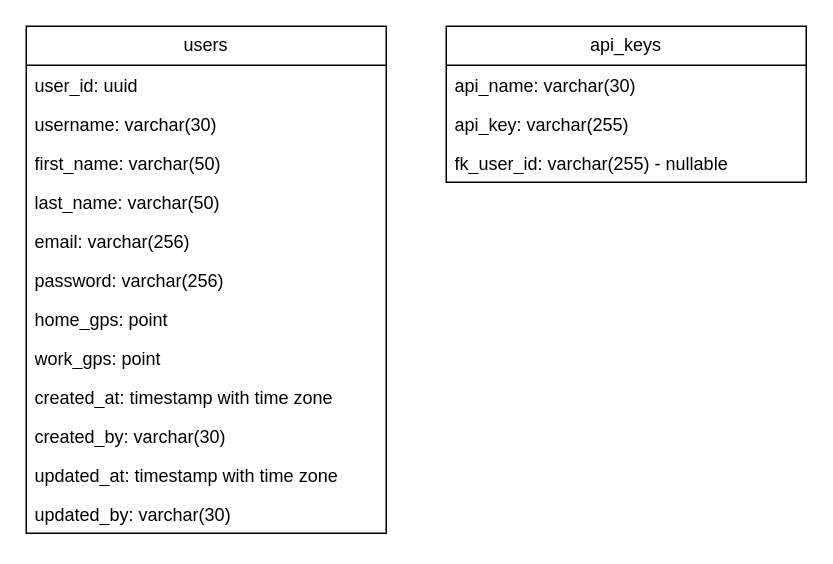
This is db/data-model.drawio from hgorges/Daily-Dash, a draw.io file, before an edit. Source tidied: cells renumbered, new cells numbered last; positions are measured from the earlier drawing's top-left corner, leaving out a move shared by most shapes. Both pictures are drawn from the tidied source at 150%, with x=0, y=0 at pixel (26, 26).
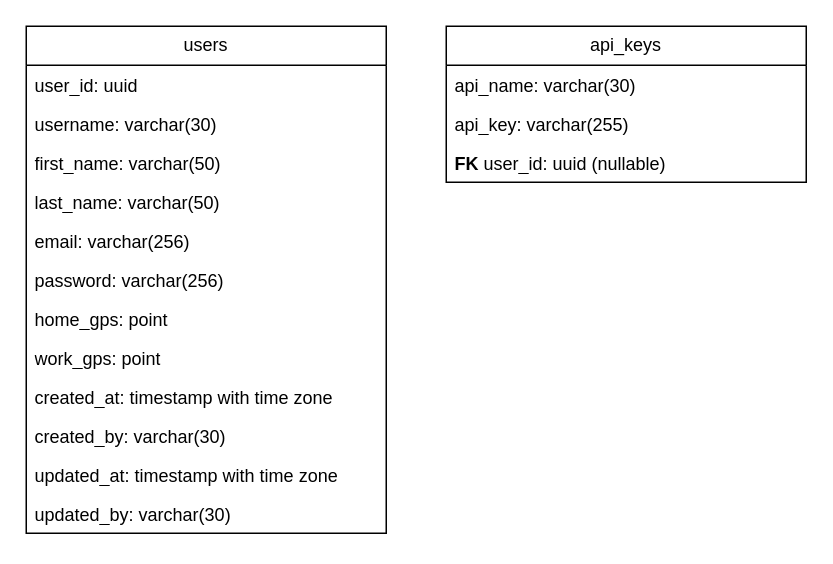
The same page after the edit.

Change to the diagram source:
```diff
@@
 <mxGraphModel>
   <root>
     <mxCell id="0" />
     <mxCell id="1" parent="0" />
     <mxCell id="2" value="users" style="swimlane;fontStyle=0;horizontal=1;startSize=26;fillColor=none;whiteSpace=wrap;html=1;" parent="1" vertex="1">
       <mxGeometry width="240" height="338" as="geometry" />
     </mxCell>
     <mxCell id="3" value="user_id: uuid" style="text;strokeColor=none;fillColor=none;align=left;verticalAlign=top;spacingLeft=4;spacingRight=4;overflow=hidden;whiteSpace=wrap;html=1;" parent="2" vertex="1">
       <mxGeometry y="26" width="240" height="26" as="geometry" />
     </mxCell>
     <mxCell id="4" value="username: varchar(30)" style="text;strokeColor=none;fillColor=none;align=left;verticalAlign=top;spacingLeft=4;spacingRight=4;overflow=hidden;whiteSpace=wrap;html=1;" parent="2" vertex="1">
       <mxGeometry y="52" width="240" height="26" as="geometry" />
     </mxCell>
     <mxCell id="5" value="first_name: varchar(50)" style="text;strokeColor=none;fillColor=none;align=left;verticalAlign=top;spacingLeft=4;spacingRight=4;overflow=hidden;whiteSpace=wrap;html=1;" parent="2" vertex="1">
       <mxGeometry y="78" width="240" height="26" as="geometry" />
     </mxCell>
     <mxCell id="6" value="last_name: varchar(50)" style="text;strokeColor=none;fillColor=none;align=left;verticalAlign=top;spacingLeft=4;spacingRight=4;overflow=hidden;whiteSpace=wrap;html=1;" parent="2" vertex="1">
       <mxGeometry y="104" width="240" height="26" as="geometry" />
     </mxCell>
     <mxCell id="7" value="email: varchar(256)" style="text;strokeColor=none;fillColor=none;align=left;verticalAlign=top;spacingLeft=4;spacingRight=4;overflow=hidden;whiteSpace=wrap;html=1;" parent="2" vertex="1">
       <mxGeometry y="130" width="240" height="26" as="geometry" />
     </mxCell>
     <mxCell id="8" value="password: varchar(256)" style="text;strokeColor=none;fillColor=none;align=left;verticalAlign=top;spacingLeft=4;spacingRight=4;overflow=hidden;whiteSpace=wrap;html=1;" parent="2" vertex="1">
       <mxGeometry y="156" width="240" height="26" as="geometry" />
     </mxCell>
     <mxCell id="9" value="home_gps: point" style="text;strokeColor=none;fillColor=none;align=left;verticalAlign=top;spacingLeft=4;spacingRight=4;overflow=hidden;whiteSpace=wrap;html=1;" parent="2" vertex="1">
       <mxGeometry y="182" width="240" height="26" as="geometry" />
     </mxCell>
     <mxCell id="10" value="work_gps: point" style="text;strokeColor=none;fillColor=none;align=left;verticalAlign=top;spacingLeft=4;spacingRight=4;overflow=hidden;whiteSpace=wrap;html=1;" parent="2" vertex="1">
       <mxGeometry y="208" width="240" height="26" as="geometry" />
     </mxCell>
     <mxCell id="11" value="created_at: timestamp with time zone" style="text;strokeColor=none;fillColor=none;align=left;verticalAlign=top;spacingLeft=4;spacingRight=4;overflow=hidden;whiteSpace=wrap;html=1;" parent="2" vertex="1">
       <mxGeometry y="234" width="240" height="26" as="geometry" />
     </mxCell>
     <mxCell id="12" value="created_by: varchar(30)" style="text;strokeColor=none;fillColor=none;align=left;verticalAlign=top;spacingLeft=4;spacingRight=4;overflow=hidden;whiteSpace=wrap;html=1;" parent="2" vertex="1">
       <mxGeometry y="260" width="240" height="26" as="geometry" />
     </mxCell>
     <mxCell id="13" value="updated_at: timestamp with time zone" style="text;strokeColor=none;fillColor=none;align=left;verticalAlign=top;spacingLeft=4;spacingRight=4;overflow=hidden;whiteSpace=wrap;html=1;" parent="2" vertex="1">
       <mxGeometry y="286" width="240" height="26" as="geometry" />
     </mxCell>
     <mxCell id="14" value="updated_by: varchar(30)" style="text;strokeColor=none;fillColor=none;align=left;verticalAlign=top;spacingLeft=4;spacingRight=4;overflow=hidden;whiteSpace=wrap;html=1;" parent="2" vertex="1">
       <mxGeometry y="312" width="240" height="26" as="geometry" />
     </mxCell>
     <mxCell id="15" value="api_keys" style="swimlane;fontStyle=0;horizontal=1;startSize=26;fillColor=none;whiteSpace=wrap;html=1;" parent="1" vertex="1">
       <mxGeometry x="280" width="240" height="104" as="geometry" />
     </mxCell>
     <mxCell id="16" value="api_name:&amp;nbsp;varchar(30)" style="text;strokeColor=none;fillColor=none;align=left;verticalAlign=top;spacingLeft=4;spacingRight=4;overflow=hidden;whiteSpace=wrap;html=1;" parent="15" vertex="1">
       <mxGeometry y="26" width="240" height="26" as="geometry" />
     </mxCell>
     <mxCell id="17" value="api_key: varchar(255)" style="text;strokeColor=none;fillColor=none;align=left;verticalAlign=top;spacingLeft=4;spacingRight=4;overflow=hidden;whiteSpace=wrap;html=1;" parent="15" vertex="1">
       <mxGeometry y="52" width="240" height="26" as="geometry" />
     </mxCell>
-    <mxCell id="18" value="fk_user_id: varchar(255) - nullable" style="text;strokeColor=none;fillColor=none;align=left;verticalAlign=top;spacingLeft=4;spacingRight=4;overflow=hidden;whiteSpace=wrap;html=1;" parent="15" vertex="1">
+    <mxCell id="18" value="&lt;b&gt;FK&lt;/b&gt; user_id: uuid (nullable)" style="text;strokeColor=none;fillColor=none;align=left;verticalAlign=top;spacingLeft=4;spacingRight=4;overflow=hidden;whiteSpace=wrap;html=1;" parent="15" vertex="1">
       <mxGeometry y="78" width="240" height="26" as="geometry" />
     </mxCell>
   </root>
 </mxGraphModel>
```
